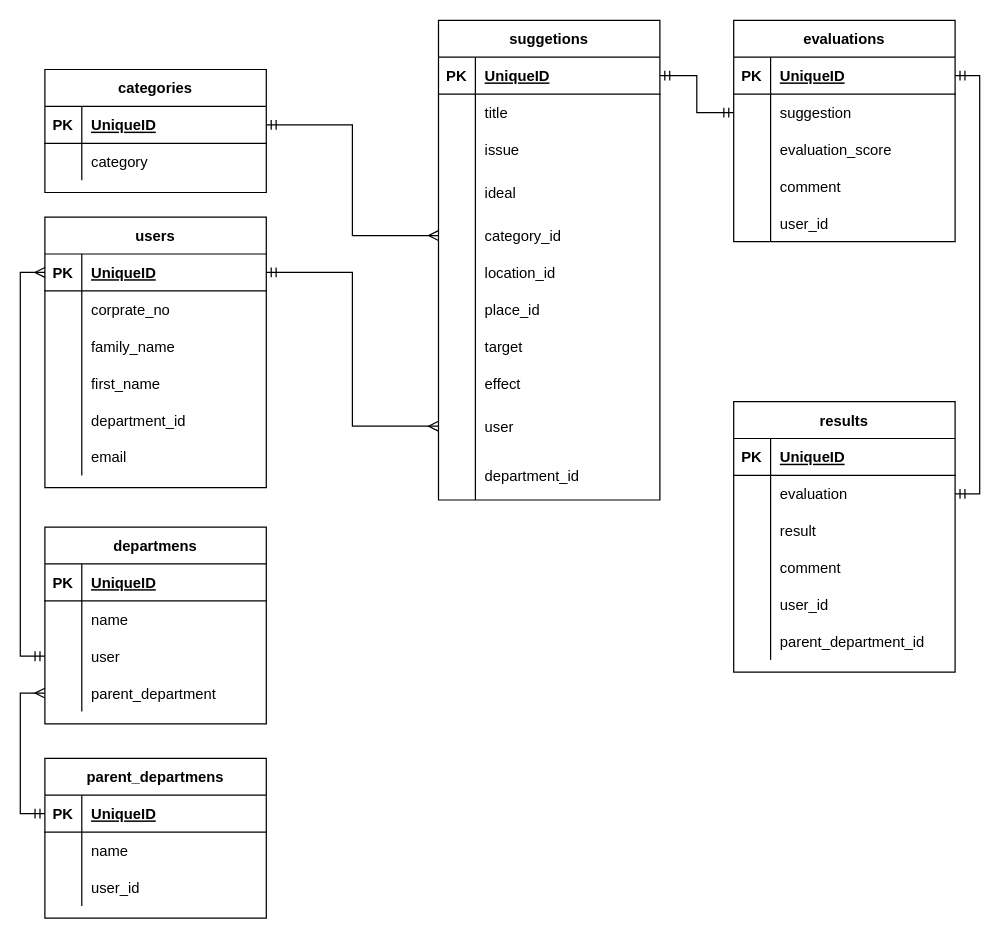
The draw.io diagram db/suggestion_box_ER.dio in f-mio/suggestion_box, before the edit. Source tidied: cells renumbered, new cells numbered last; positions are measured from the earlier drawing's top-left corner, leaving out a move shared by most shapes. Both pictures are drawn from the tidied source at 123%, with x=0, y=0 at pixel (44, 20).
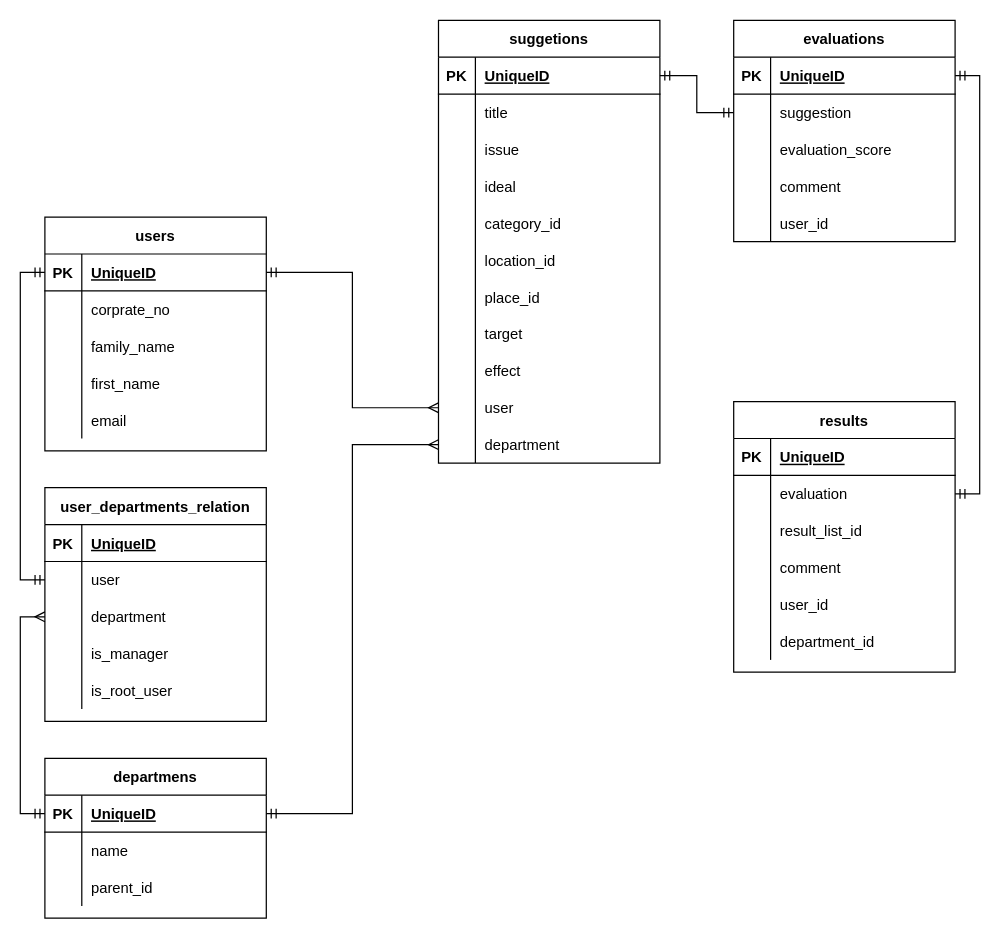
Above is the later version.

Unchanged cells that the change refers to:
```xml
<mxCell id="37" style="shape=partialRectangle;fillColor=none;top=0;left=0;bottom=1;right=0;points=[[0,0.5],[1,0.5]];portConstraint=eastwest;" parent="36" vertex="1">
  <mxGeometry y="30" width="180" height="30" as="geometry" />
</mxCell>
<mxCell id="88" style="shape=partialRectangle;fillColor=none;top=0;left=0;bottom=0;right=0;" parent="81" vertex="1">
  <mxGeometry y="90" width="180" height="30" as="geometry" />
</mxCell>
<mxCell id="97" style="shape=partialRectangle;fillColor=none;top=0;left=0;bottom=0;right=0;" parent="81" vertex="1">
  <mxGeometry y="180" width="180" height="30" as="geometry" />
</mxCell>
<mxCell id="112" style="shape=partialRectangle;fillColor=none;top=0;left=0;bottom=1;right=0;points=[[0,0.5],[1,0.5]];portConstraint=eastwest;" parent="111" vertex="1">
  <mxGeometry y="30" width="180" height="30" as="geometry" />
</mxCell>
```

Diff of the diagram source:
```diff
@@
     <mxCell id="2" value="suggetions" style="shape=table;startSize=30;childLayout=tableLayout;rowLines=0;fontStyle=1;align=center;" parent="1" vertex="1">
-      <mxGeometry x="320" width="180" height="390" as="geometry" />
+      <mxGeometry x="320" width="180" height="360" as="geometry" />
     </mxCell>
@@
     <mxCell id="12" style="shape=partialRectangle;fillColor=none;top=0;left=0;bottom=0;right=0;" parent="2" vertex="1">
-      <mxGeometry y="120" width="180" height="40" as="geometry" />
+      <mxGeometry y="120" width="180" height="30" as="geometry" />
     </mxCell>
     <mxCell id="13" style="shape=partialRectangle;fillColor=none;top=0;left=0;bottom=0;right=0;overflow=hidden;" parent="12" vertex="1">
-      <mxGeometry width="30" height="40" as="geometry" />
+      <mxGeometry width="30" height="30" as="geometry" />
     </mxCell>
     <mxCell id="14" value="ideal" style="shape=partialRectangle;fillColor=none;top=0;left=0;bottom=0;right=0;align=left;spacingLeft=6;overflow=hidden;" parent="12" vertex="1">
-      <mxGeometry x="30" width="150" height="40" as="geometry" />
+      <mxGeometry x="30" width="150" height="30" as="geometry" />
     </mxCell>
     <mxCell id="15" style="shape=partialRectangle;fillColor=none;top=0;left=0;bottom=0;right=0;points=[[0,0.5],[1,0.5]];portConstraint=eastwest;" parent="2" vertex="1">
-      <mxGeometry y="160" width="180" height="30" as="geometry" />
+      <mxGeometry y="150" width="180" height="30" as="geometry" />
     </mxCell>
@@
     <mxCell id="18" style="shape=partialRectangle;fillColor=none;top=0;left=0;bottom=0;right=0;" parent="2" vertex="1">
-      <mxGeometry y="190" width="180" height="30" as="geometry" />
+      <mxGeometry y="180" width="180" height="30" as="geometry" />
     </mxCell>
@@
     <mxCell id="21" style="shape=partialRectangle;fillColor=none;top=0;left=0;bottom=0;right=0;" parent="2" vertex="1">
-      <mxGeometry y="220" width="180" height="30" as="geometry" />
+      <mxGeometry y="210" width="180" height="30" as="geometry" />
     </mxCell>
@@
     <mxCell id="24" style="shape=partialRectangle;fillColor=none;top=0;left=0;bottom=0;right=0;" parent="2" vertex="1">
-      <mxGeometry y="250" width="180" height="30" as="geometry" />
+      <mxGeometry y="240" width="180" height="30" as="geometry" />
     </mxCell>
@@
     <mxCell id="27" style="shape=partialRectangle;fillColor=none;top=0;left=0;bottom=0;right=0;" parent="2" vertex="1">
-      <mxGeometry y="280" width="180" height="30" as="geometry" />
+      <mxGeometry y="270" width="180" height="30" as="geometry" />
     </mxCell>
@@
     <mxCell id="30" style="shape=partialRectangle;fillColor=none;top=0;left=0;bottom=0;right=0;points=[[0,0.5],[1,0.5]];portConstraint=eastwest;" parent="2" vertex="1">
-      <mxGeometry y="310" width="180" height="40" as="geometry" />
+      <mxGeometry y="300" width="180" height="30" as="geometry" />
     </mxCell>
     <mxCell id="31" style="shape=partialRectangle;fillColor=none;top=0;left=0;bottom=0;right=0;overflow=hidden;" parent="30" vertex="1">
-      <mxGeometry width="30" height="40" as="geometry" />
+      <mxGeometry width="30" height="30" as="geometry" />
     </mxCell>
     <mxCell id="32" value="user" style="shape=partialRectangle;fillColor=none;top=0;left=0;bottom=0;right=0;align=left;spacingLeft=6;overflow=hidden;" parent="30" vertex="1">
-      <mxGeometry x="30" width="150" height="40" as="geometry" />
+      <mxGeometry x="30" width="150" height="30" as="geometry" />
     </mxCell>
     <mxCell id="33" style="shape=partialRectangle;fillColor=none;top=0;left=0;bottom=0;right=0;points=[[0,0.5],[1,0.5]];portConstraint=eastwest;" parent="2" vertex="1">
-      <mxGeometry y="350" width="180" height="40" as="geometry" />
+      <mxGeometry y="330" width="180" height="30" as="geometry" />
     </mxCell>
     <mxCell id="34" style="shape=partialRectangle;fillColor=none;top=0;left=0;bottom=0;right=0;overflow=hidden;" parent="33" vertex="1">
-      <mxGeometry width="30" height="40" as="geometry" />
+      <mxGeometry width="30" height="30" as="geometry" />
     </mxCell>
-    <mxCell id="35" value="department_id" style="shape=partialRectangle;fillColor=none;top=0;left=0;bottom=0;right=0;align=left;spacingLeft=6;overflow=hidden;" parent="33" vertex="1">
-      <mxGeometry x="30" width="150" height="40" as="geometry" />
+    <mxCell id="35" value="department" style="shape=partialRectangle;fillColor=none;top=0;left=0;bottom=0;right=0;align=left;spacingLeft=6;overflow=hidden;" parent="33" vertex="1">
+      <mxGeometry x="30" width="150" height="30" as="geometry" />
     </mxCell>
     <mxCell id="36" value="users" style="shape=table;startSize=30;childLayout=tableLayout;rowLines=0;fontStyle=1;align=center;" parent="1" vertex="1">
-      <mxGeometry y="160" width="180" height="220" as="geometry" />
+      <mxGeometry y="160" width="180" height="190" as="geometry" />
     </mxCell>
@@
-    <mxCell id="49" style="shape=partialRectangle;fillColor=none;top=0;left=0;bottom=0;right=0;" parent="36" vertex="1">
-      <mxGeometry y="150" width="180" height="30" as="geometry" />
-    </mxCell>
-    <mxCell id="50" style="shape=partialRectangle;fillColor=none;top=0;left=0;bottom=0;right=0;overflow=hidden;" parent="49" vertex="1">
-      <mxGeometry width="30" height="30" as="geometry" />
-    </mxCell>
-    <mxCell id="51" value="department_id" style="shape=partialRectangle;fillColor=none;top=0;left=0;bottom=0;right=0;align=left;spacingLeft=6;overflow=hidden;" parent="49" vertex="1">
-      <mxGeometry x="30" width="150" height="30" as="geometry" />
-    </mxCell>
     <mxCell id="52" style="shape=partialRectangle;fillColor=none;top=0;left=0;bottom=0;right=0;" parent="36" vertex="1">
-      <mxGeometry y="180" width="180" height="30" as="geometry" />
+      <mxGeometry y="150" width="180" height="30" as="geometry" />
     </mxCell>
@@
-    <mxCell id="55" value="parent_departmens" style="shape=table;startSize=30;childLayout=tableLayout;rowLines=0;fontStyle=1;align=center;" parent="1" vertex="1">
-      <mxGeometry y="600" width="180" height="130" as="geometry" />
-    </mxCell>
-    <mxCell id="56" style="shape=partialRectangle;fillColor=none;top=0;left=0;bottom=1;right=0;points=[[0,0.5],[1,0.5]];portConstraint=eastwest;" parent="55" vertex="1">
-      <mxGeometry y="30" width="180" height="30" as="geometry" />
-    </mxCell>
-    <mxCell id="57" value="PK" style="shape=partialRectangle;fillColor=none;top=0;left=0;bottom=0;right=0;fontStyle=1;overflow=hidden;" parent="56" vertex="1">
-      <mxGeometry width="30" height="30" as="geometry" />
-    </mxCell>
-    <mxCell id="58" value="UniqueID" style="shape=partialRectangle;fillColor=none;top=0;left=0;bottom=0;right=0;align=left;spacingLeft=6;fontStyle=5;overflow=hidden;" parent="56" vertex="1">
-      <mxGeometry x="30" width="150" height="30" as="geometry" />
-    </mxCell>
-    <mxCell id="59" style="shape=partialRectangle;fillColor=none;top=0;left=0;bottom=0;right=0;" parent="55" vertex="1">
-      <mxGeometry y="60" width="180" height="30" as="geometry" />
-    </mxCell>
-    <mxCell id="60" style="shape=partialRectangle;fillColor=none;top=0;left=0;bottom=0;right=0;overflow=hidden;" parent="59" vertex="1">
-      <mxGeometry width="30" height="30" as="geometry" />
-    </mxCell>
-    <mxCell id="61" value="name" style="shape=partialRectangle;fillColor=none;top=0;left=0;bottom=0;right=0;align=left;spacingLeft=6;overflow=hidden;" parent="59" vertex="1">
-      <mxGeometry x="30" width="150" height="30" as="geometry" />
-    </mxCell>
-    <mxCell id="62" style="shape=partialRectangle;fillColor=none;top=0;left=0;bottom=0;right=0;" parent="55" vertex="1">
-      <mxGeometry y="90" width="180" height="30" as="geometry" />
-    </mxCell>
-    <mxCell id="63" style="shape=partialRectangle;fillColor=none;top=0;left=0;bottom=0;right=0;overflow=hidden;" parent="62" vertex="1">
-      <mxGeometry width="30" height="30" as="geometry" />
-    </mxCell>
-    <mxCell id="64" value="user_id" style="shape=partialRectangle;fillColor=none;top=0;left=0;bottom=0;right=0;align=left;spacingLeft=6;overflow=hidden;" parent="62" vertex="1">
-      <mxGeometry x="30" width="150" height="30" as="geometry" />
-    </mxCell>
@@
-    <mxCell id="90" value="result" style="shape=partialRectangle;fillColor=none;top=0;left=0;bottom=0;right=0;align=left;spacingLeft=6;overflow=hidden;" parent="88" vertex="1">
+    <mxCell id="90" value="result_list_id" style="shape=partialRectangle;fillColor=none;top=0;left=0;bottom=0;right=0;align=left;spacingLeft=6;overflow=hidden;" parent="88" vertex="1">
       <mxGeometry x="30" width="150" height="30" as="geometry" />
     </mxCell>
@@
-    <mxCell id="99" value="parent_department_id" style="shape=partialRectangle;fillColor=none;top=0;left=0;bottom=0;right=0;align=left;spacingLeft=6;overflow=hidden;" parent="97" vertex="1">
+    <mxCell id="99" value="department_id" style="shape=partialRectangle;fillColor=none;top=0;left=0;bottom=0;right=0;align=left;spacingLeft=6;overflow=hidden;" parent="97" vertex="1">
       <mxGeometry x="30" width="150" height="30" as="geometry" />
     </mxCell>
@@
-    <mxCell id="103" value="categories" style="shape=table;startSize=30;childLayout=tableLayout;rowLines=0;fontStyle=1;align=center;" parent="1" vertex="1">
-      <mxGeometry y="40" width="180" height="100" as="geometry" />
-    </mxCell>
-    <mxCell id="104" style="shape=partialRectangle;fillColor=none;top=0;left=0;bottom=1;right=0;points=[[0,0.5],[1,0.5]];portConstraint=eastwest;" parent="103" vertex="1">
-      <mxGeometry y="30" width="180" height="30" as="geometry" />
-    </mxCell>
-    <mxCell id="105" value="PK" style="shape=partialRectangle;fillColor=none;top=0;left=0;bottom=0;right=0;fontStyle=1;overflow=hidden;" parent="104" vertex="1">
-      <mxGeometry width="30" height="30" as="geometry" />
-    </mxCell>
-    <mxCell id="106" value="UniqueID" style="shape=partialRectangle;fillColor=none;top=0;left=0;bottom=0;right=0;align=left;spacingLeft=6;fontStyle=5;overflow=hidden;" parent="104" vertex="1">
-      <mxGeometry x="30" width="150" height="30" as="geometry" />
-    </mxCell>
-    <mxCell id="107" style="shape=partialRectangle;fillColor=none;top=0;left=0;bottom=0;right=0;" parent="103" vertex="1">
-      <mxGeometry y="60" width="180" height="30" as="geometry" />
-    </mxCell>
-    <mxCell id="108" style="shape=partialRectangle;fillColor=none;top=0;left=0;bottom=0;right=0;overflow=hidden;" parent="107" vertex="1">
-      <mxGeometry width="30" height="30" as="geometry" />
-    </mxCell>
-    <mxCell id="109" value="category" style="shape=partialRectangle;fillColor=none;top=0;left=0;bottom=0;right=0;align=left;spacingLeft=6;overflow=hidden;" parent="107" vertex="1">
-      <mxGeometry x="30" width="150" height="30" as="geometry" />
-    </mxCell>
-    <mxCell id="110" style="edgeStyle=orthogonalEdgeStyle;rounded=0;jettySize=auto;html=1;exitX=1;exitY=0.5;exitDx=0;exitDy=0;entryX=0;entryY=0.5;entryDx=0;entryDy=0;endArrow=ERmany;endFill=0;startArrow=ERmandOne;startFill=0;" parent="1" edge="1" source="104" target="15">
-      <mxGeometry relative="1" as="geometry" />
-    </mxCell>
     <mxCell id="111" value="departmens" style="shape=table;startSize=30;childLayout=tableLayout;rowLines=0;fontStyle=1;align=center;" parent="1" vertex="1">
-      <mxGeometry y="412" width="180" height="160" as="geometry" />
+      <mxGeometry y="600" width="180" height="130" as="geometry" />
     </mxCell>
@@
-    <mxCell id="118" style="shape=partialRectangle;fillColor=none;top=0;left=0;bottom=0;right=0;points=[[0,0.5],[1,0.5]];portConstraint=eastwest;" parent="111" vertex="1">
-      <mxGeometry y="90" width="180" height="30" as="geometry" />
-    </mxCell>
-    <mxCell id="119" style="shape=partialRectangle;fillColor=none;top=0;left=0;bottom=0;right=0;overflow=hidden;" parent="118" vertex="1">
-      <mxGeometry width="30" height="30" as="geometry" />
-    </mxCell>
-    <mxCell id="120" value="user" style="shape=partialRectangle;fillColor=none;top=0;left=0;bottom=0;right=0;align=left;spacingLeft=6;overflow=hidden;" parent="118" vertex="1">
-      <mxGeometry x="30" width="150" height="30" as="geometry" />
-    </mxCell>
     <mxCell id="121" style="shape=partialRectangle;fillColor=none;top=0;left=0;bottom=0;right=0;points=[[0,0.5],[1,0.5]];portConstraint=eastwest;" parent="111" vertex="1">
-      <mxGeometry y="120" width="180" height="30" as="geometry" />
+      <mxGeometry y="90" width="180" height="30" as="geometry" />
     </mxCell>
@@
-    <mxCell id="123" value="parent_department" style="shape=partialRectangle;fillColor=none;top=0;left=0;bottom=0;right=0;align=left;spacingLeft=6;overflow=hidden;" parent="121" vertex="1">
+    <mxCell id="123" value="parent_id" style="shape=partialRectangle;fillColor=none;top=0;left=0;bottom=0;right=0;align=left;spacingLeft=6;overflow=hidden;" parent="121" vertex="1">
       <mxGeometry x="30" width="150" height="30" as="geometry" />
     </mxCell>
-    <mxCell id="124" style="edgeStyle=orthogonalEdgeStyle;rounded=0;jettySize=auto;html=1;entryX=0;entryY=0.5;entryDx=0;entryDy=0;endArrow=ERmany;endFill=0;startArrow=ERmandOne;startFill=0;exitX=0;exitY=0.5;exitDx=0;exitDy=0;" parent="1" edge="1" source="56" target="121">
-      <mxGeometry relative="1" as="geometry" />
-    </mxCell>
-    <mxCell id="125" style="edgeStyle=orthogonalEdgeStyle;rounded=0;jettySize=auto;html=1;entryX=0;entryY=0.5;entryDx=0;entryDy=0;endArrow=ERmany;endFill=0;startArrow=ERmandOne;startFill=0;" parent="1" edge="1" source="118" target="37">
-      <mxGeometry relative="1" as="geometry" />
-    </mxCell>
+    <mxCell id="126" value="user_departments_relation" style="shape=table;startSize=30;childLayout=tableLayout;rowLines=0;fontStyle=1;align=center;" parent="1" vertex="1">
+      <mxGeometry y="380" width="180" height="190" as="geometry" />
+    </mxCell>
+    <mxCell id="127" style="shape=partialRectangle;fillColor=none;top=0;left=0;bottom=1;right=0;" parent="126" vertex="1">
+      <mxGeometry y="30" width="180" height="30" as="geometry" />
+    </mxCell>
+    <mxCell id="128" value="PK" style="shape=partialRectangle;fillColor=none;top=0;left=0;bottom=0;right=0;fontStyle=1;overflow=hidden;" parent="127" vertex="1">
+      <mxGeometry width="30" height="30" as="geometry" />
+    </mxCell>
+    <mxCell id="129" value="UniqueID" style="shape=partialRectangle;fillColor=none;top=0;left=0;bottom=0;right=0;align=left;spacingLeft=6;fontStyle=5;overflow=hidden;" parent="127" vertex="1">
+      <mxGeometry x="30" width="150" height="30" as="geometry" />
+    </mxCell>
+    <mxCell id="130" style="shape=partialRectangle;fillColor=none;top=0;left=0;bottom=0;right=0;points=[[0,0.5],[1,0.5]];portConstraint=eastwest;" parent="126" vertex="1">
+      <mxGeometry y="60" width="180" height="30" as="geometry" />
+    </mxCell>
+    <mxCell id="131" style="shape=partialRectangle;fillColor=none;top=0;left=0;bottom=0;right=0;overflow=hidden;" parent="130" vertex="1">
+      <mxGeometry width="30" height="30" as="geometry" />
+    </mxCell>
+    <mxCell id="120" value="user" style="shape=partialRectangle;fillColor=none;top=0;left=0;bottom=0;right=0;align=left;spacingLeft=6;overflow=hidden;" parent="130" vertex="1">
+      <mxGeometry x="30" width="150" height="30" as="geometry" />
+    </mxCell>
+    <mxCell id="132" style="shape=partialRectangle;fillColor=none;top=0;left=0;bottom=0;right=0;points=[[0,0.5],[1,0.5]];portConstraint=eastwest;" parent="126" vertex="1">
+      <mxGeometry y="90" width="180" height="30" as="geometry" />
+    </mxCell>
+    <mxCell id="133" style="shape=partialRectangle;fillColor=none;top=0;left=0;bottom=0;right=0;overflow=hidden;" parent="132" vertex="1">
+      <mxGeometry width="30" height="30" as="geometry" />
+    </mxCell>
+    <mxCell id="134" value="department" style="shape=partialRectangle;fillColor=none;top=0;left=0;bottom=0;right=0;align=left;spacingLeft=6;overflow=hidden;" parent="132" vertex="1">
+      <mxGeometry x="30" width="150" height="30" as="geometry" />
+    </mxCell>
+    <mxCell id="135" style="shape=partialRectangle;fillColor=none;top=0;left=0;bottom=0;right=0;" parent="126" vertex="1">
+      <mxGeometry y="120" width="180" height="30" as="geometry" />
+    </mxCell>
+    <mxCell id="136" style="shape=partialRectangle;fillColor=none;top=0;left=0;bottom=0;right=0;overflow=hidden;" parent="135" vertex="1">
+      <mxGeometry width="30" height="30" as="geometry" />
+    </mxCell>
+    <mxCell id="137" value="is_manager" style="shape=partialRectangle;fillColor=none;top=0;left=0;bottom=0;right=0;align=left;spacingLeft=6;overflow=hidden;" parent="135" vertex="1">
+      <mxGeometry x="30" width="150" height="30" as="geometry" />
+    </mxCell>
+    <mxCell id="49" style="shape=partialRectangle;fillColor=none;top=0;left=0;bottom=0;right=0;" parent="126" vertex="1">
+      <mxGeometry y="150" width="180" height="30" as="geometry" />
+    </mxCell>
+    <mxCell id="138" style="shape=partialRectangle;fillColor=none;top=0;left=0;bottom=0;right=0;overflow=hidden;" parent="49" vertex="1">
+      <mxGeometry width="30" height="30" as="geometry" />
+    </mxCell>
+    <mxCell id="139" value="is_root_user" style="shape=partialRectangle;fillColor=none;top=0;left=0;bottom=0;right=0;align=left;spacingLeft=6;overflow=hidden;" parent="49" vertex="1">
+      <mxGeometry x="30" width="150" height="30" as="geometry" />
+    </mxCell>
+    <mxCell id="140" style="edgeStyle=orthogonalEdgeStyle;rounded=0;jettySize=auto;html=1;exitX=0;exitY=0.5;exitDx=0;exitDy=0;entryX=0;entryY=0.5;entryDx=0;entryDy=0;endArrow=ERmandOne;endFill=0;startArrow=ERmandOne;startFill=0;" parent="1" edge="1" source="130" target="37">
+      <mxGeometry relative="1" as="geometry" />
+    </mxCell>
+    <mxCell id="141" style="edgeStyle=orthogonalEdgeStyle;rounded=0;jettySize=auto;html=1;exitX=0;exitY=0.5;exitDx=0;exitDy=0;entryX=0;entryY=0.5;entryDx=0;entryDy=0;startArrow=ERmany;startFill=0;endArrow=ERmandOne;endFill=0;" parent="1" edge="1" source="132" target="112">
+      <mxGeometry relative="1" as="geometry" />
+    </mxCell>
+    <mxCell id="142" style="edgeStyle=orthogonalEdgeStyle;rounded=0;jettySize=auto;html=1;exitX=1;exitY=0.5;exitDx=0;exitDy=0;entryX=0;entryY=0.5;entryDx=0;entryDy=0;startArrow=ERmandOne;startFill=0;endArrow=ERmany;endFill=0;" parent="1" edge="1" source="112" target="33">
+      <mxGeometry relative="1" as="geometry" />
+    </mxCell>
```
